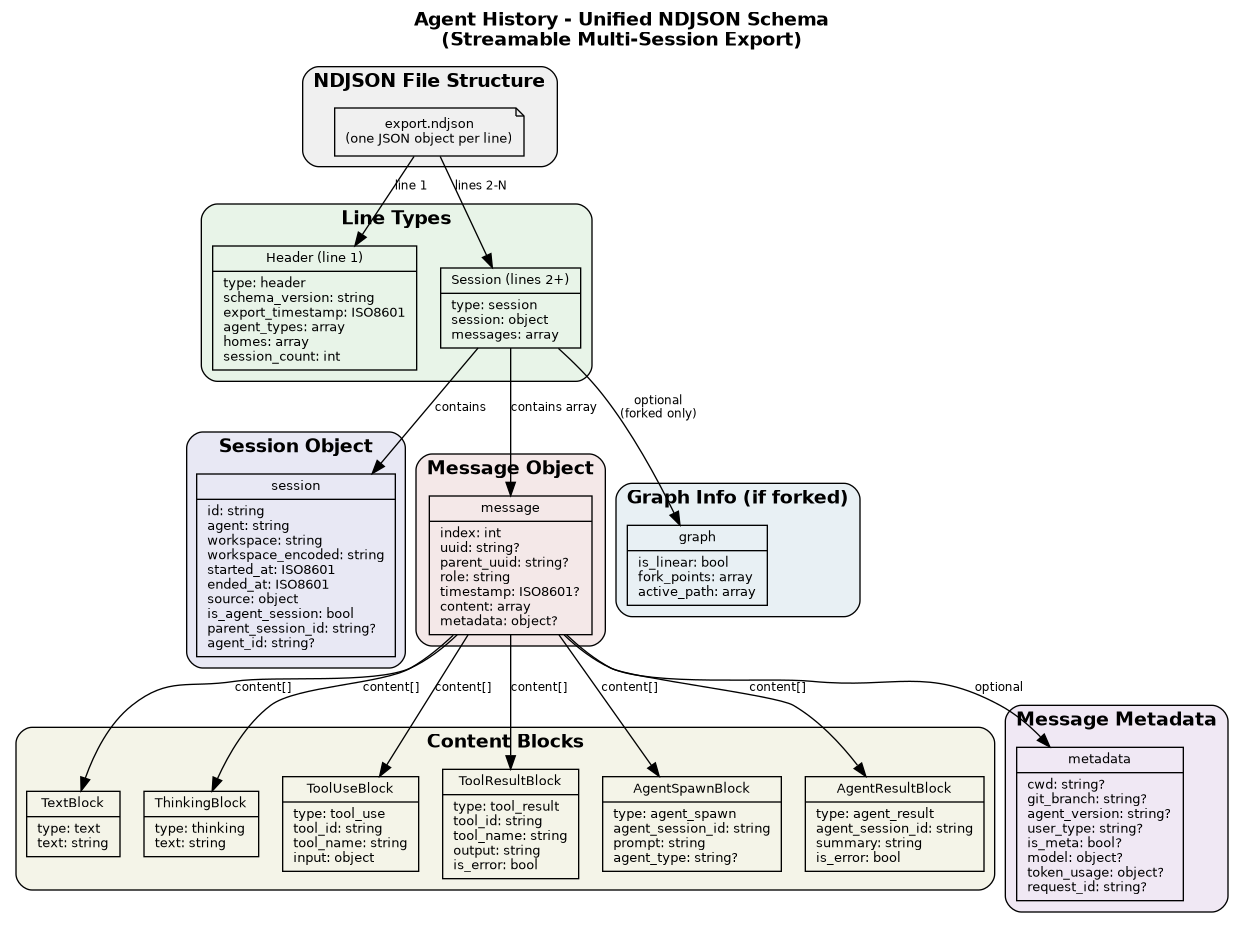
This is docs/unified_json_schema.png from kvsankar/agent-history, a Graphviz export, as it was before one commit. Its source is kept beside it as docs/unified_json_schema.dot.
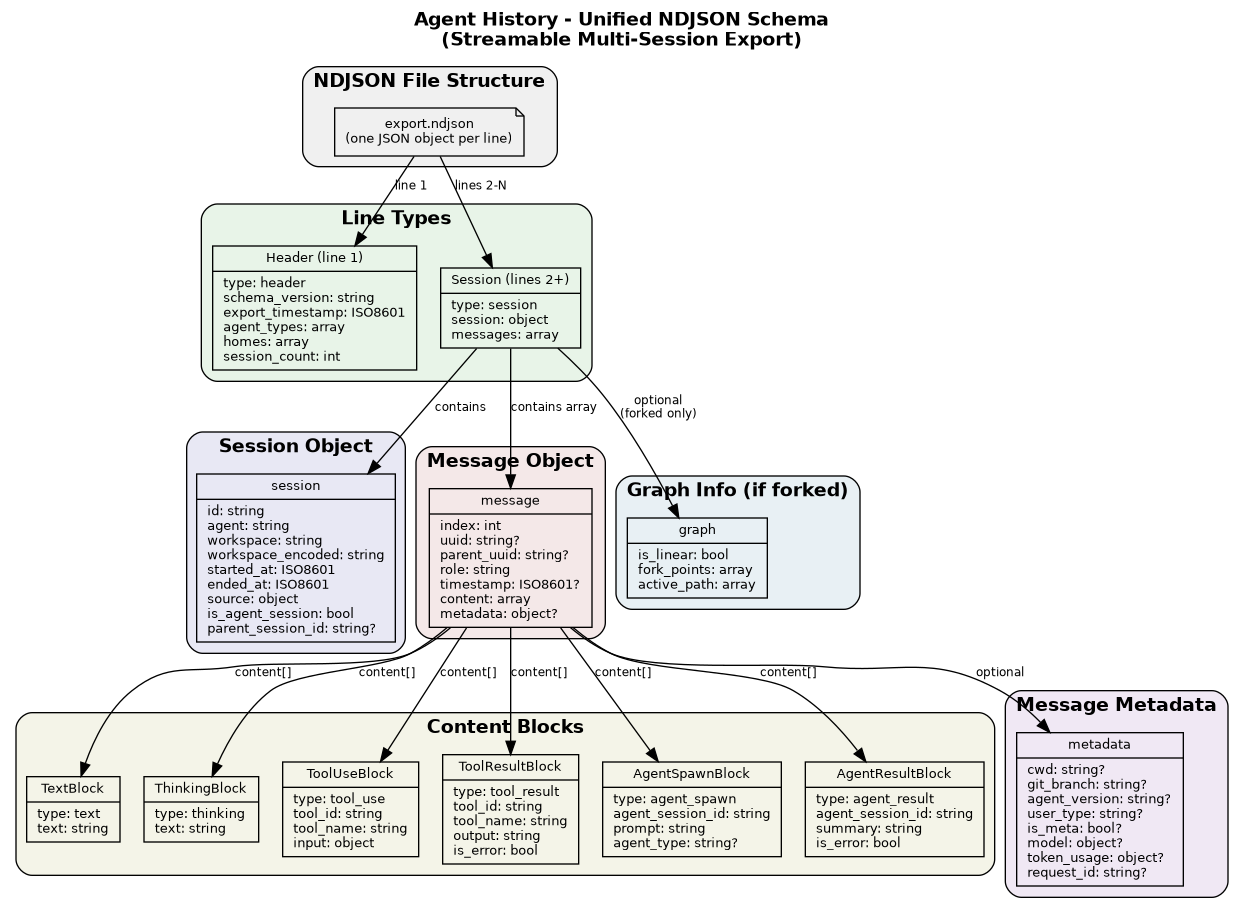
The same diagram one commit later.

Commit message:
Remove agent_id from unified NDJSON schema

Since each agent has exactly one session (1:1 relationship), the
session id already serves as the unique agent identifier. Removed
redundant agent_id field from:
- Session Object definition and examples
- Sample JSON in all 5 sections
- Complete example NDJSON
- Claude Code field mapping table
- Graphviz diagram

🤖 Generated with [Claude Code](https://claude.com/claude-code)

Diff of the diagram source:
```diff
@@ -32,7 +32,7 @@
         style=rounded;
         bgcolor="#e8e8f4";
 
-        session_obj [label="{session|id: string\lagent: string\lworkspace: string\lworkspace_encoded: string\lstarted_at: ISO8601\lended_at: ISO8601\lsource: object\lis_agent_session: bool\lparent_session_id: string?\lagent_id: string?\l}"];
+        session_obj [label="{session|id: string\lagent: string\lworkspace: string\lworkspace_encoded: string\lstarted_at: ISO8601\lended_at: ISO8601\lsource: object\lis_agent_session: bool\lparent_session_id: string?\l}"];
     }
 
     subgraph cluster_message {
```
